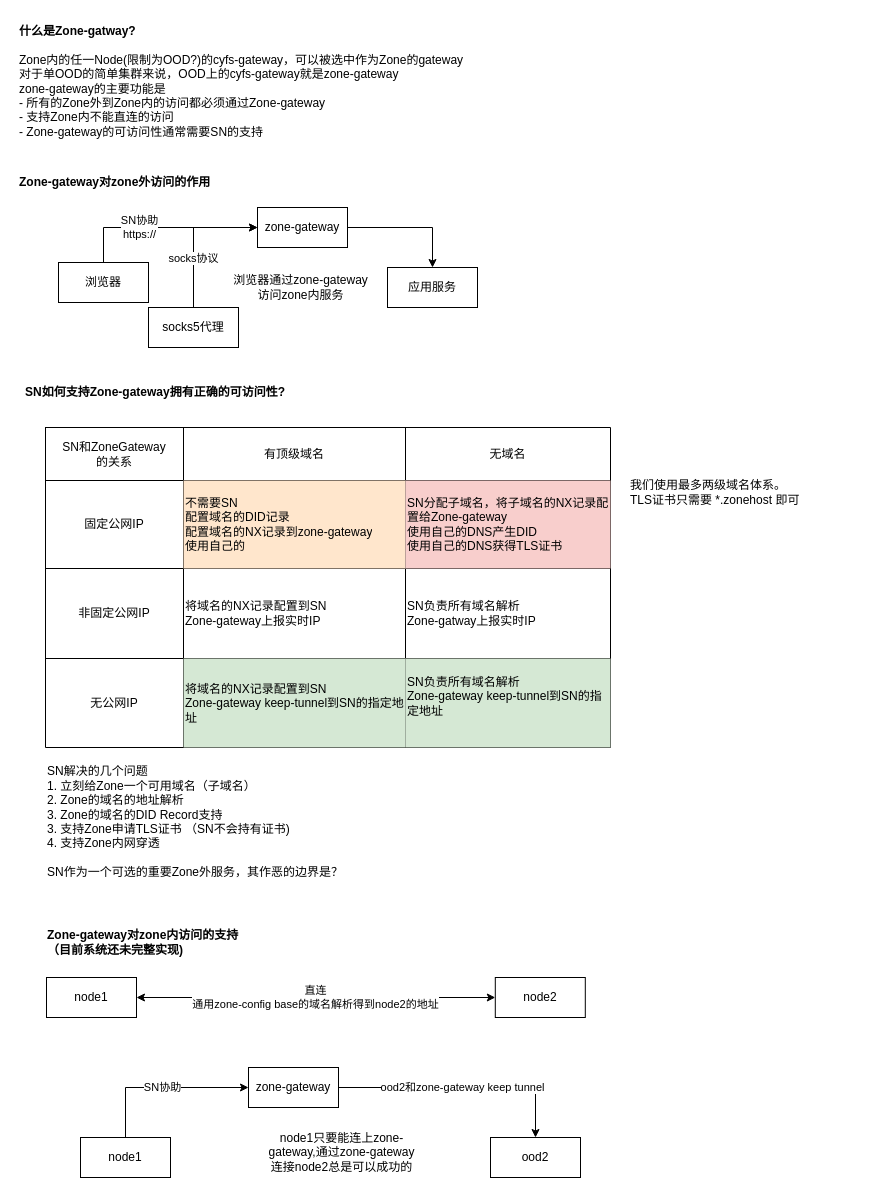
This is page "Page-2" (2 of 2) of doc/start dev.drawio from buckyos/buckyos, a draw.io file, before an edit. Source tidied: cells renumbered, new cells numbered last; positions are measured from the earlier drawing's top-left corner, leaving out a move shared by most shapes. Both pictures are drawn from the tidied source at 100%, with x=0, y=0 at pixel (17, 17).
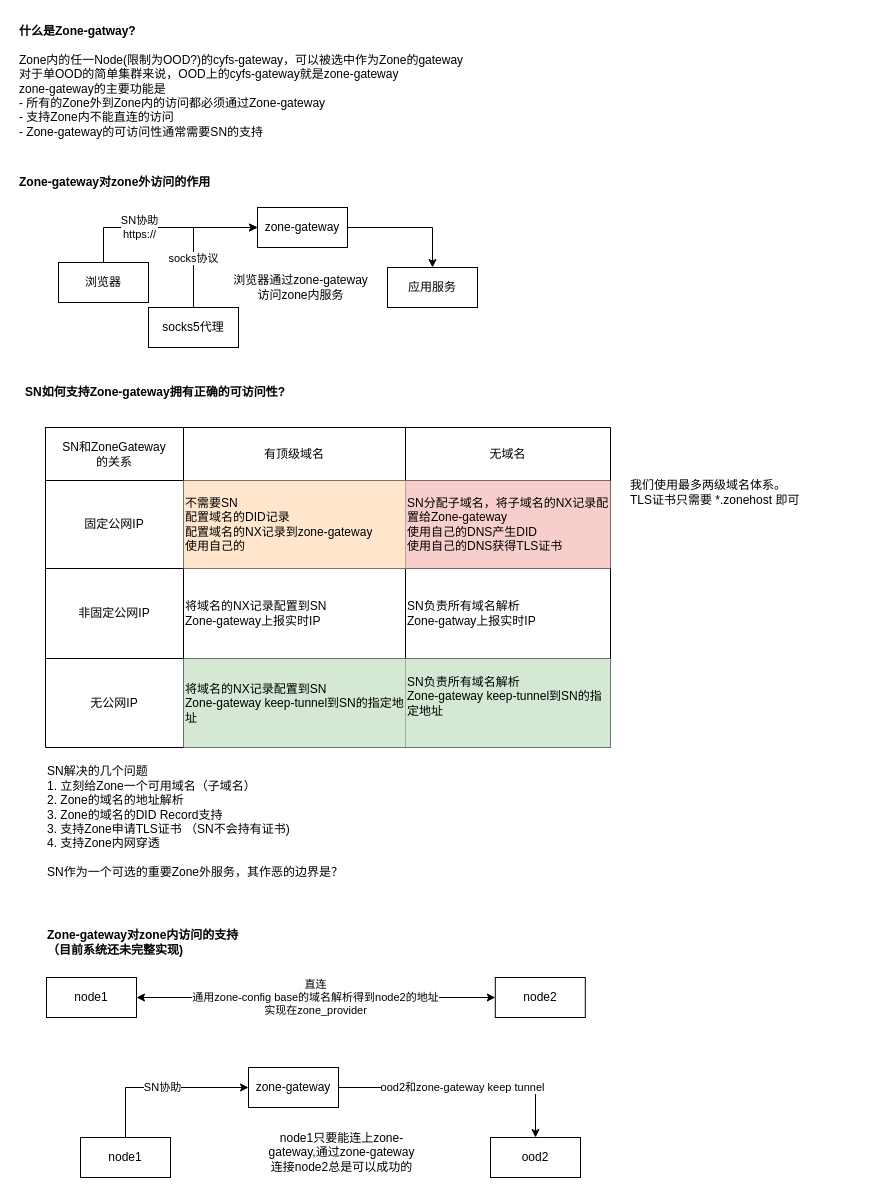
Above is the later version.

Unchanged cells that the change refers to:
```xml
<mxCell id="22" value="node1" style="rounded=0;whiteSpace=wrap;html=1;" parent="1" vertex="1">
  <mxGeometry x="29" y="960" width="90" height="40" as="geometry" />
</mxCell>
<mxCell id="23" value="node2" style="rounded=0;whiteSpace=wrap;html=1;" parent="1" vertex="1">
  <mxGeometry x="477.8" y="960" width="90" height="40" as="geometry" />
</mxCell>
```

What changed in the source:
```diff
@@
-    <mxCell id="24" value="直连&lt;div&gt;通用zone-config base的域名解析得到node2的地址&lt;/div&gt;" style="endArrow=classic;startArrow=classic;html=1;rounded=0;exitX=1;exitY=0.5;exitDx=0;exitDy=0;entryX=0;entryY=0.5;entryDx=0;entryDy=0;" parent="1" edge="1" source="22" target="23">
+    <mxCell id="24" value="直连&lt;div&gt;通用zone-config base的域名解析得到node2的地址&lt;/div&gt;&lt;div&gt;实现在zone_provider&lt;/div&gt;" style="endArrow=classic;startArrow=classic;html=1;rounded=0;exitX=1;exitY=0.5;exitDx=0;exitDy=0;entryX=0;entryY=0.5;entryDx=0;entryDy=0;" parent="1" edge="1" source="22" target="23">
       <mxGeometry relative="1" as="geometry" />
     </mxCell>
```
